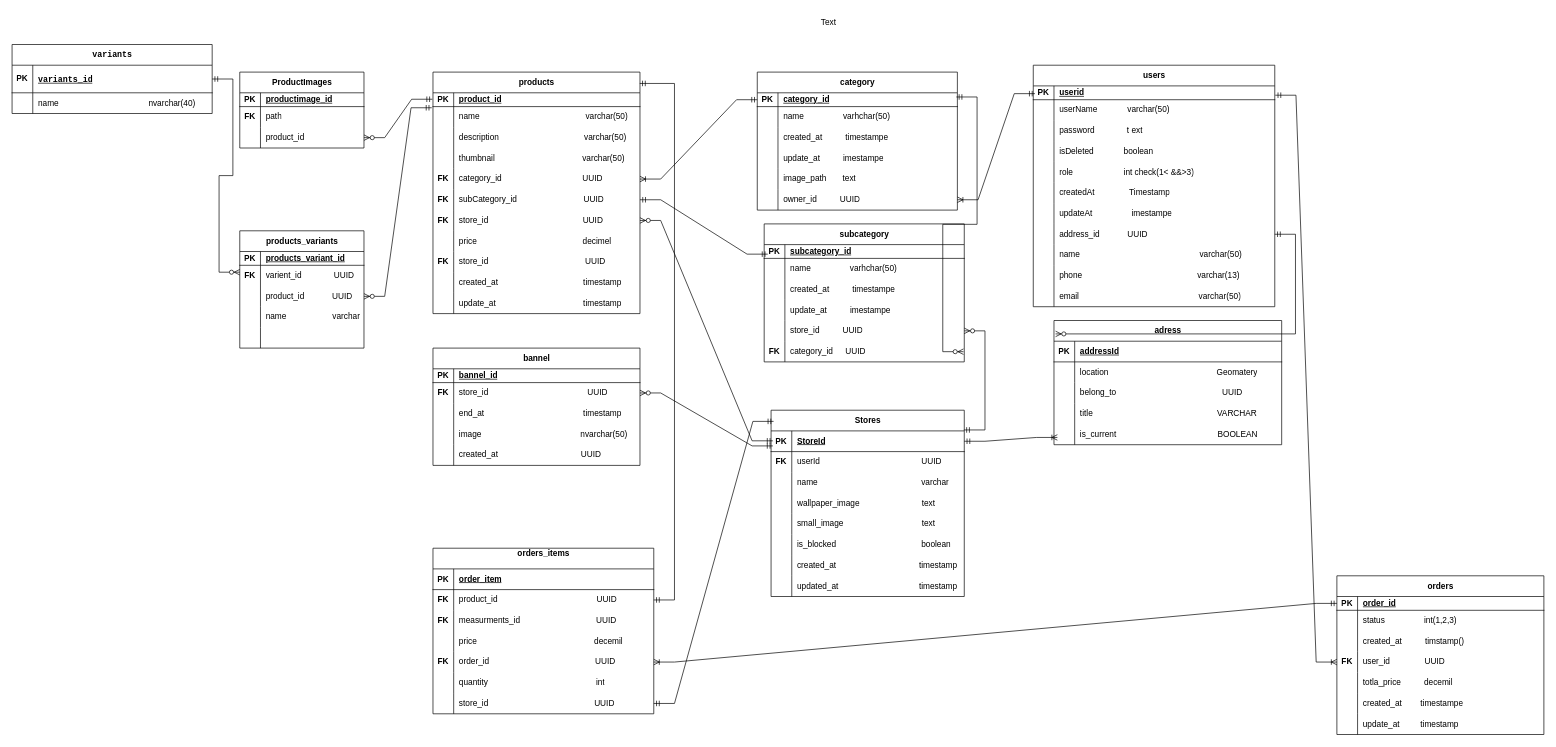
Earlier version of the draw.io diagram ecommerce.drawio (Abdullah2100/ecommerce_full_stack). Source tidied: cells renumbered, new cells numbered last; positions are measured from the earlier drawing's top-left corner, leaving out a move shared by most shapes. Both pictures are drawn from the tidied source at 69%, with x=0, y=0 at pixel (12, 12).
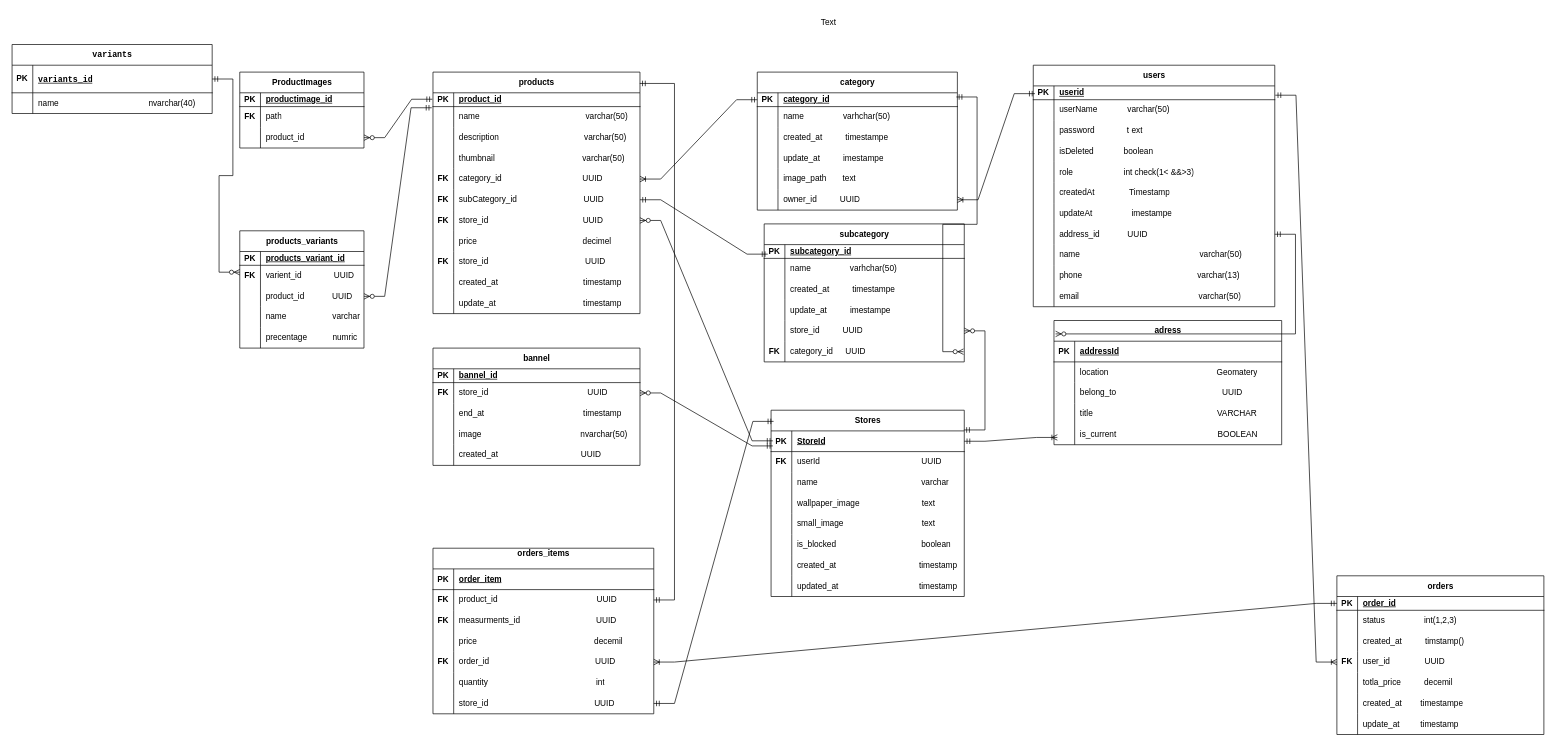
Above is the later version.

The change refers to these unchanged cells:
```xml
<mxCell id="134" style="shape=tableRow;horizontal=0;startSize=0;swimlaneHead=0;swimlaneBody=0;fillColor=none;top=0;left=0;right=0;bottom=0;" parent="121" vertex="1">
  <mxGeometry y="140" width="180" height="30" as="geometry" />
</mxCell>
```

Diff of the diagram source:
```diff
@@
-    <mxCell id="136" style="shape=partialRectangle;fillColor=none;top=0;left=0;bottom=0;right=0;align=left;spacingLeft=6;overflow=hidden;whiteSpace=wrap;html=1;" parent="134" vertex="1">
+    <mxCell id="136" value="precentage&amp;nbsp; &amp;nbsp; &amp;nbsp; &amp;nbsp; &amp;nbsp; &amp;nbsp;numric" style="shape=partialRectangle;fillColor=none;top=0;left=0;bottom=0;right=0;align=left;spacingLeft=6;overflow=hidden;whiteSpace=wrap;html=1;" parent="134" vertex="1">
       <mxGeometry x="30" width="150" height="30" as="geometry" />
     </mxCell>
```
